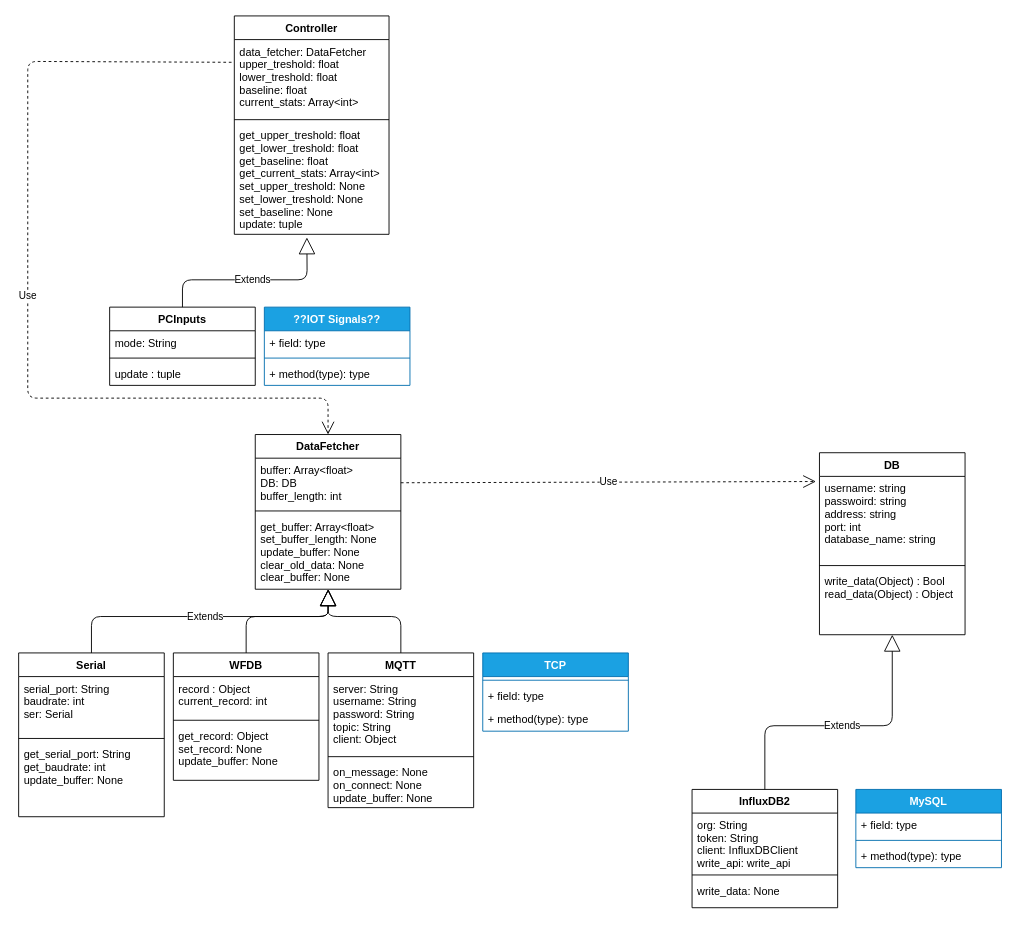
Before: UML.drawio in Das-Horn/BIOSLAM-Project, a draw.io diagram. Source tidied: cells renumbered, new cells numbered last; positions are measured from the earlier drawing's top-left corner, leaving out a move shared by most shapes. Both pictures are drawn from the tidied source at 91%, with x=0, y=0 at pixel (18, 15).
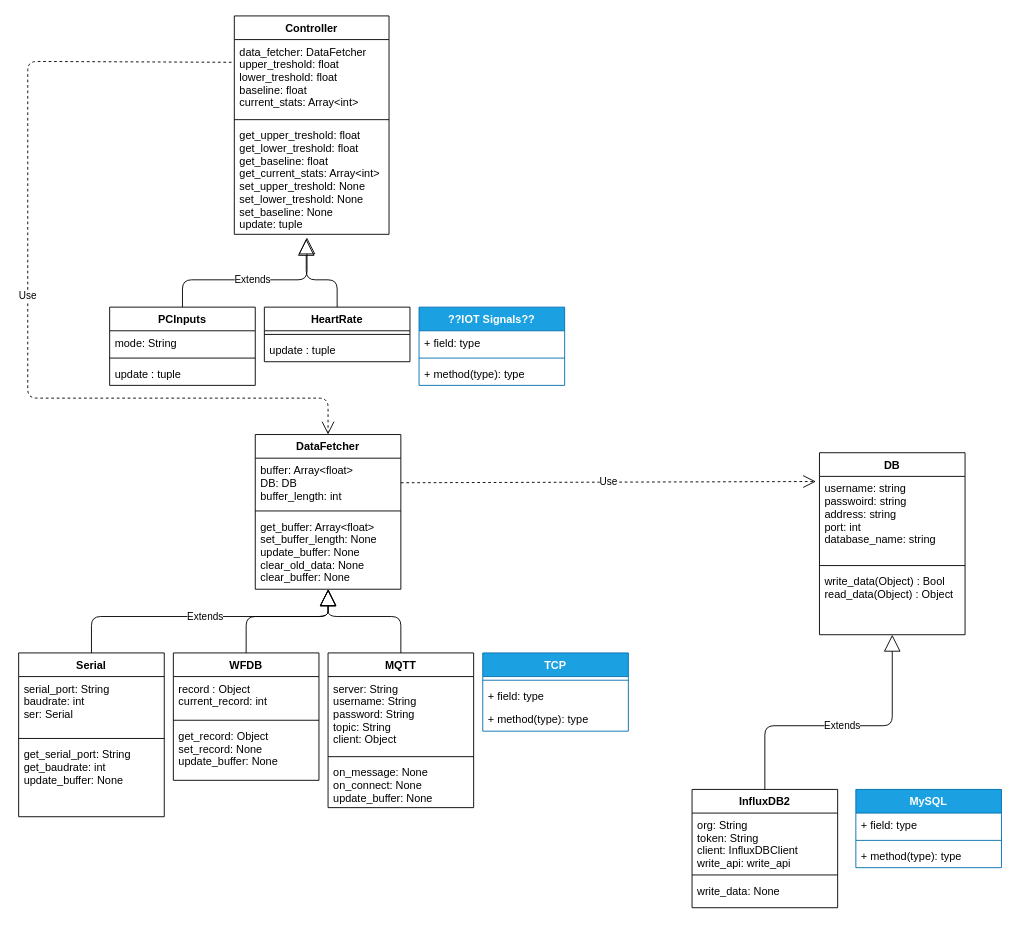
The same diagram, later.

Commit message (it also covers changes not shown here):
uml & cleanup

Unchanged cells that the change refers to:
```xml
<mxCell id="14" value="get_upper_treshold: float&#10;get_lower_treshold: float&#10;get_baseline: float&#10;get_current_stats: Array&lt;int&gt;&#10;set_upper_treshold: None&#10;set_lower_treshold: None&#10;set_baseline: None&#10;update: tuple" style="text;strokeColor=none;fillColor=none;align=left;verticalAlign=top;spacingLeft=4;spacingRight=4;overflow=hidden;points=[[0,0.5],[1,0.5]];portConstraint=eastwest;" parent="11" vertex="1">
  <mxGeometry y="118" width="170" height="122" as="geometry" />
</mxCell>
```

The edit, as a diff of the source:
```diff
@@
     <mxCell id="47" value="??IOT Signals??" style="swimlane;fontStyle=1;align=center;verticalAlign=top;horizontal=1;startSize=26;fillColor=#1ba1e2;fontColor=#ffffff;strokeColor=#006EAF;" parent="1" vertex="1">
-      <mxGeometry x="270" y="320" width="160" height="86" as="geometry" />
+      <mxGeometry x="440" y="320" width="160" height="86" as="geometry" />
     </mxCell>
@@
+    <mxCell id="53" value="HeartRate" style="swimlane;fontStyle=1;align=center;verticalAlign=top;horizontal=1;startSize=26;" parent="1" vertex="1">
+      <mxGeometry x="270" y="320" width="160" height="60" as="geometry" />
+    </mxCell>
+    <mxCell id="54" style="line;strokeWidth=1;fillColor=none;align=left;verticalAlign=middle;spacingTop=-1;spacingLeft=3;spacingRight=3;labelPosition=right;strokeColor=inherit;" parent="53" vertex="1">
+      <mxGeometry y="26" width="160" height="8" as="geometry" />
+    </mxCell>
+    <mxCell id="55" value="update : tuple" style="text;strokeColor=none;fillColor=none;align=left;verticalAlign=top;spacingLeft=4;spacingRight=4;overflow=hidden;" parent="53" vertex="1">
+      <mxGeometry y="34" width="160" height="26" as="geometry" />
+    </mxCell>
+    <mxCell id="56" style="endArrow=block;endSize=16;endFill=0;html=1;exitX=0.5;exitY=0;exitDx=0;exitDy=0;entryX=0.465;entryY=1.041;entryDx=0;entryDy=0;entryPerimeter=0;" parent="1" edge="1" source="53" target="14">
+      <mxGeometry x="-0.08" y="10" relative="1" as="geometry">
+        <Array as="points">
+          <mxPoint x="350" y="290" />
+          <mxPoint x="316" y="290" />
+        </Array>
+      </mxGeometry>
+    </mxCell>
```
